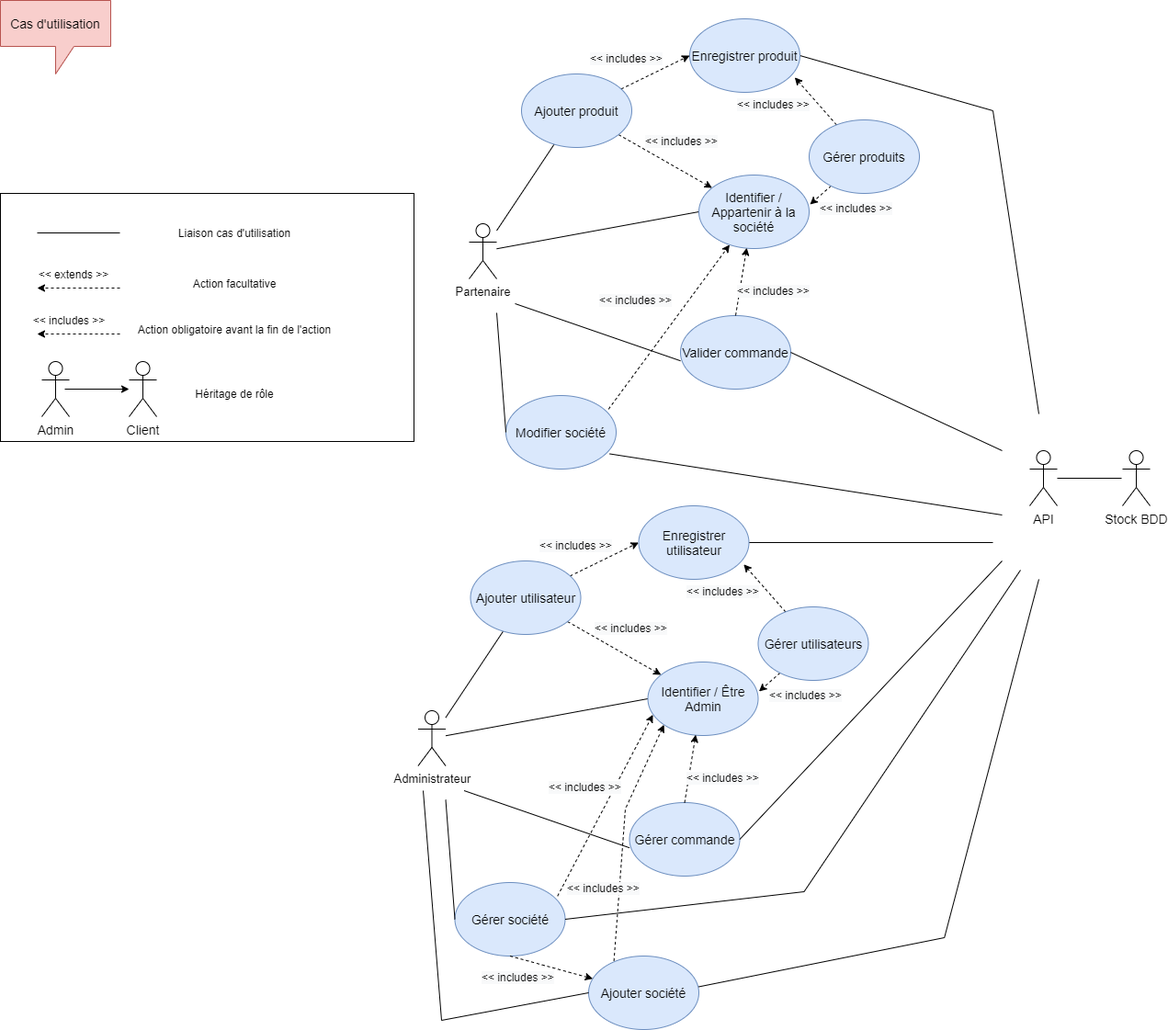
Earlier version of the draw.io export Diagrammes/Cas d'utilisation.png (KadenHD/DragNReceive_General). Source tidied: cells renumbered, new cells last; positions are measured from the earlier drawing's top-left corner, leaving out a move shared by most shapes.
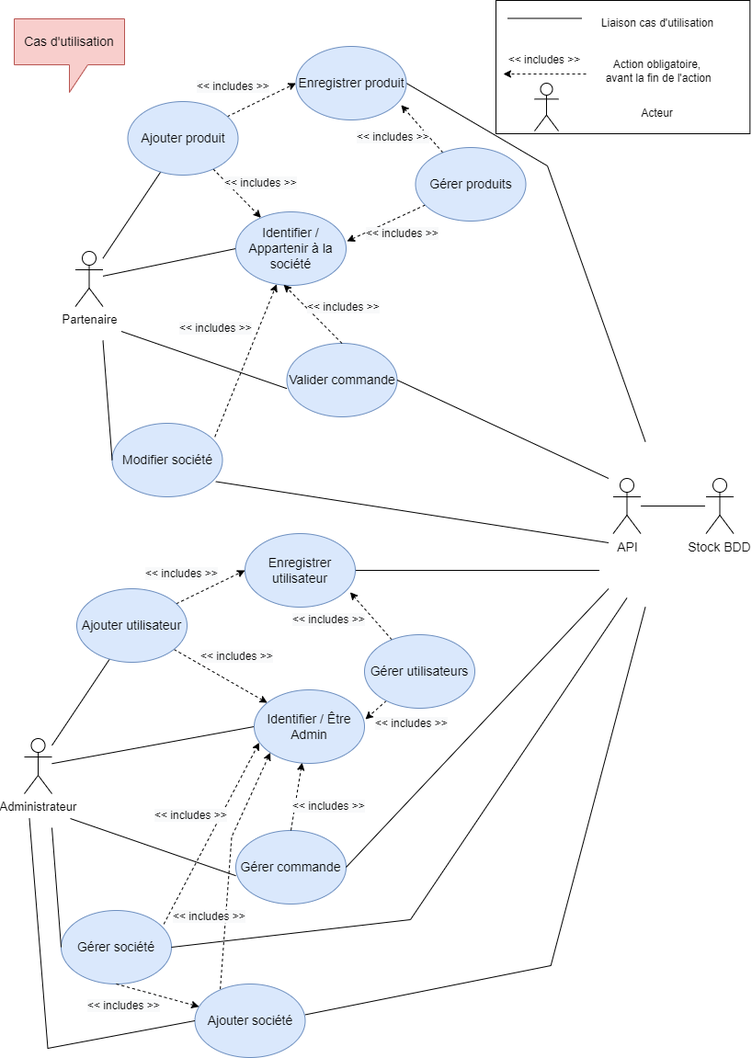
After the change.

Diff of the diagram source:
```diff
@@ -24,15 +24,15 @@
       <mxGeometry relative="1" as="geometry">
         <mxPoint x="1130" y="450" as="sourcePoint" />
         <Array as="points">
-          <mxPoint x="1080" y="120" />
+          <mxPoint x="1023.5" y="150" />
         </Array>
       </mxGeometry>
     </mxCell>
     <mxCell id="9" value="Stock BDD" style="shape=umlActor;verticalLabelPosition=bottom;verticalAlign=top;html=1;rounded=0;fontSize=14;strokeWidth=1;gradientColor=none;" parent="1" vertex="1">
-      <mxGeometry x="1221" y="490" width="30" height="60" as="geometry" />
+      <mxGeometry x="1196" y="490" width="30" height="60" as="geometry" />
     </mxCell>
     <mxCell id="10" value="Identifier / Appartenir à la société" style="ellipse;whiteSpace=wrap;html=1;rounded=0;fontSize=14;strokeWidth=1;verticalAlign=middle;fillColor=#dae8fc;strokeColor=#6c8ebf;" parent="1" vertex="1">
-      <mxGeometry x="760" y="190" width="120" height="80" as="geometry" />
+      <mxGeometry x="684.5" y="200" width="120" height="80" as="geometry" />
     </mxCell>
     <mxCell id="11" style="edgeStyle=none;rounded=0;jettySize=auto;html=1;entryX=1.008;entryY=0.4;entryDx=0;entryDy=0;entryPerimeter=0;dashed=1;fontSize=14;endArrow=classic;endFill=1;verticalAlign=middle;" parent="1" edge="1" source="13" target="10">
       <mxGeometry relative="1" as="geometry" />
@@ -47,60 +47,29 @@
       <mxGeometry x="750" y="20" width="120" height="80" as="geometry" />
     </mxCell>
     <mxCell id="15" value="API" style="shape=umlActor;verticalLabelPosition=bottom;verticalAlign=top;html=1;rounded=0;fontSize=14;strokeWidth=1;gradientColor=none;" parent="1" vertex="1">
-      <mxGeometry x="1120" y="490" width="30" height="60" as="geometry" />
+      <mxGeometry x="1095" y="490" width="30" height="60" as="geometry" />
     </mxCell>
     <mxCell id="16" style="rounded=0;whiteSpace=wrap;html=1;" parent="1" vertex="1">
-      <mxGeometry y="210" width="450" height="270" as="geometry" />
+      <mxGeometry x="967.5" y="-30" width="276.3" height="145" as="geometry" />
     </mxCell>
-    <mxCell id="17" style="edgeStyle=none;rounded=0;jettySize=auto;html=1;entryX=0;entryY=0.5;entryDx=0;entryDy=0;endArrow=none;endFill=0;" parent="1" edge="1" source="18">
-      <mxGeometry relative="1" as="geometry">
-        <mxPoint x="40" y="253" as="targetPoint" />
-      </mxGeometry>
-    </mxCell>
     <mxCell id="18" value="Liaison cas d'utilisation" style="text;html=1;strokeColor=none;fillColor=none;align=center;verticalAlign=middle;whiteSpace=wrap;rounded=0;" parent="1" vertex="1">
-      <mxGeometry x="130" y="238" width="250" height="30" as="geometry" />
+      <mxGeometry x="1044" y="-20" width="198" height="30" as="geometry" />
     </mxCell>
-    <mxCell id="19" style="edgeStyle=none;rounded=0;orthogonalLoop=1;jettySize=auto;html=1;dashed=1;entryX=0;entryY=0.5;entryDx=0;entryDy=0;" parent="1" edge="1">
-      <mxGeometry relative="1" as="geometry">
-        <mxPoint x="130" y="313" as="sourcePoint" />
-        <mxPoint x="40" y="313" as="targetPoint" />
-      </mxGeometry>
-    </mxCell>
-    <mxCell id="20" value="Action facultative" style="text;html=1;strokeColor=none;fillColor=none;align=center;verticalAlign=middle;whiteSpace=wrap;rounded=0;" parent="1" vertex="1">
-      <mxGeometry x="130" y="293" width="250" height="30" as="geometry" />
-    </mxCell>
-    <mxCell id="21" value="Action obligatoire avant la fin de l'action" style="text;html=1;strokeColor=none;fillColor=none;align=center;verticalAlign=middle;whiteSpace=wrap;rounded=0;" parent="1" vertex="1">
-      <mxGeometry x="130" y="343" width="250" height="30" as="geometry" />
+    <mxCell id="21" value="Action obligatoire,&lt;br&gt;&amp;nbsp;avant la fin de l'action" style="text;html=1;strokeColor=none;fillColor=none;align=center;verticalAlign=middle;whiteSpace=wrap;rounded=0;" parent="1" vertex="1">
+      <mxGeometry x="1052.5" y="32" width="181" height="30" as="geometry" />
     </mxCell>
     <mxCell id="22" style="edgeStyle=none;rounded=0;orthogonalLoop=1;jettySize=auto;html=1;dashed=1;entryX=0;entryY=0.5;entryDx=0;entryDy=0;" parent="1" edge="1">
       <mxGeometry relative="1" as="geometry">
-        <mxPoint x="130" y="363" as="sourcePoint" />
-        <mxPoint x="40" y="363" as="targetPoint" />
+        <mxPoint x="1065.5" y="50" as="sourcePoint" />
+        <mxPoint x="975.5" y="50" as="targetPoint" />
       </mxGeometry>
     </mxCell>
-    <mxCell id="23" value="&amp;lt;&amp;lt; extends &amp;gt;&amp;gt;" style="text;html=1;strokeColor=none;fillColor=none;align=center;verticalAlign=middle;whiteSpace=wrap;rounded=0;" parent="1" vertex="1">
-      <mxGeometry x="40" y="283" width="80" height="30" as="geometry" />
-    </mxCell>
     <mxCell id="24" value="&amp;lt;&amp;lt; includes &amp;gt;&amp;gt;" style="text;html=1;strokeColor=none;fillColor=none;align=center;verticalAlign=middle;whiteSpace=wrap;rounded=0;" parent="1" vertex="1">
-      <mxGeometry x="30" y="333" width="90" height="30" as="geometry" />
+      <mxGeometry x="975.5" y="20" width="90" height="30" as="geometry" />
     </mxCell>
     <mxCell id="25" value="Cas d'utilisation" style="shape=callout;whiteSpace=wrap;html=1;perimeter=calloutPerimeter;rounded=0;fontSize=14;strokeWidth=1;verticalAlign=middle;fillColor=#f8cecc;strokeColor=#b85450;" parent="1" vertex="1">
-      <mxGeometry width="120" height="80" as="geometry" />
+      <mxGeometry x="443.5" y="-10" width="120" height="80" as="geometry" />
     </mxCell>
-    <mxCell id="26" style="edgeStyle=none;rounded=0;jettySize=auto;html=1;fontSize=14;endArrow=classic;endFill=1;verticalAlign=middle;" parent="1" edge="1" target="28">
-      <mxGeometry relative="1" as="geometry">
-        <mxPoint x="70" y="423" as="sourcePoint" />
-      </mxGeometry>
-    </mxCell>
-    <mxCell id="27" value="Admin" style="shape=umlActor;verticalLabelPosition=bottom;verticalAlign=top;html=1;rounded=0;fontSize=14;strokeWidth=1;gradientColor=none;" parent="1" vertex="1">
-      <mxGeometry x="45" y="393" width="30" height="60" as="geometry" />
-    </mxCell>
-    <mxCell id="28" value="Client" style="shape=umlActor;verticalLabelPosition=bottom;verticalAlign=top;html=1;outlineConnect=0;rounded=0;fontSize=14;strokeWidth=1;gradientColor=none;" parent="1" vertex="1">
-      <mxGeometry x="140" y="393" width="30" height="60" as="geometry" />
-    </mxCell>
-    <mxCell id="29" value="Héritage de rôle" style="text;html=1;strokeColor=none;fillColor=none;align=center;verticalAlign=middle;whiteSpace=wrap;rounded=0;" parent="1" vertex="1">
-      <mxGeometry x="130" y="413" width="250" height="30" as="geometry" />
-    </mxCell>
     <mxCell id="30" value="Modifier société" style="ellipse;whiteSpace=wrap;html=1;rounded=0;fontSize=14;strokeWidth=1;verticalAlign=middle;fillColor=#dae8fc;strokeColor=#6c8ebf;" parent="1" vertex="1">
       <mxGeometry x="550" y="430" width="120" height="80" as="geometry" />
     </mxCell>
@@ -115,8 +84,8 @@
     </mxCell>
     <mxCell id="34" style="edgeStyle=none;rounded=0;orthogonalLoop=1;jettySize=auto;html=1;fontSize=14;endArrow=none;endFill=0;verticalAlign=middle;" parent="1" edge="1">
       <mxGeometry relative="1" as="geometry">
-        <mxPoint x="1150" y="520" as="sourcePoint" />
-        <mxPoint x="1220" y="520" as="targetPoint" />
+        <mxPoint x="1125" y="520" as="sourcePoint" />
+        <mxPoint x="1195" y="520" as="targetPoint" />
       </mxGeometry>
     </mxCell>
     <mxCell id="35" style="edgeStyle=none;rounded=0;jettySize=auto;html=1;entryX=0;entryY=0.5;entryDx=0;entryDy=0;fontSize=14;endArrow=none;endFill=0;verticalAlign=middle;" parent="1" edge="1" target="30">
@@ -130,19 +99,19 @@
       </mxGeometry>
     </mxCell>
     <mxCell id="37" value="&lt;span style=&quot;color: rgb(0, 0, 0); font-family: helvetica; font-size: 12px; font-style: normal; font-weight: 400; letter-spacing: normal; text-align: center; text-indent: 0px; text-transform: none; word-spacing: 0px; background-color: rgb(248, 249, 250); display: inline; float: none;&quot;&gt;&amp;lt;&amp;lt; includes &amp;gt;&amp;gt;&lt;/span&gt;" style="text;whiteSpace=wrap;html=1;" parent="1" vertex="1">
-      <mxGeometry x="800" y="303" width="100" height="30" as="geometry" />
+      <mxGeometry x="760" y="290" width="100" height="30" as="geometry" />
     </mxCell>
     <mxCell id="38" value="&lt;span style=&quot;color: rgb(0, 0, 0); font-family: helvetica; font-size: 12px; font-style: normal; font-weight: 400; letter-spacing: normal; text-align: center; text-indent: 0px; text-transform: none; word-spacing: 0px; background-color: rgb(248, 249, 250); display: inline; float: none;&quot;&gt;&amp;lt;&amp;lt; includes &amp;gt;&amp;gt;&lt;/span&gt;" style="text;whiteSpace=wrap;html=1;" parent="1" vertex="1">
-      <mxGeometry x="650" y="313" width="100" height="30" as="geometry" />
+      <mxGeometry x="621.5" y="313" width="100" height="30" as="geometry" />
     </mxCell>
     <mxCell id="39" value="&lt;span style=&quot;color: rgb(0, 0, 0); font-family: helvetica; font-size: 12px; font-style: normal; font-weight: 400; letter-spacing: normal; text-align: center; text-indent: 0px; text-transform: none; word-spacing: 0px; background-color: rgb(248, 249, 250); display: inline; float: none;&quot;&gt;&amp;lt;&amp;lt; includes &amp;gt;&amp;gt;&lt;/span&gt;" style="text;whiteSpace=wrap;html=1;" parent="1" vertex="1">
-      <mxGeometry x="890" y="213" width="100" height="30" as="geometry" />
+      <mxGeometry x="824.5" y="210" width="100" height="30" as="geometry" />
     </mxCell>
     <mxCell id="40" value="&lt;span style=&quot;color: rgb(0, 0, 0); font-family: helvetica; font-size: 12px; font-style: normal; font-weight: 400; letter-spacing: normal; text-align: center; text-indent: 0px; text-transform: none; word-spacing: 0px; background-color: rgb(248, 249, 250); display: inline; float: none;&quot;&gt;&amp;lt;&amp;lt; includes &amp;gt;&amp;gt;&lt;/span&gt;" style="text;whiteSpace=wrap;html=1;" parent="1" vertex="1">
-      <mxGeometry x="800" y="100" width="100" height="30" as="geometry" />
+      <mxGeometry x="814.5" y="105" width="100" height="30" as="geometry" />
     </mxCell>
     <mxCell id="41" value="&lt;span style=&quot;color: rgb(0, 0, 0); font-family: helvetica; font-size: 12px; font-style: normal; font-weight: 400; letter-spacing: normal; text-align: center; text-indent: 0px; text-transform: none; word-spacing: 0px; background-color: rgb(248, 249, 250); display: inline; float: none;&quot;&gt;&amp;lt;&amp;lt; includes &amp;gt;&amp;gt;&lt;/span&gt;" style="text;whiteSpace=wrap;html=1;" parent="1" vertex="1">
-      <mxGeometry x="700" y="140" width="100" height="30" as="geometry" />
+      <mxGeometry x="670" y="155" width="100" height="30" as="geometry" />
     </mxCell>
     <mxCell id="42" value="&lt;span style=&quot;color: rgb(0, 0, 0); font-family: helvetica; font-size: 12px; font-style: normal; font-weight: 400; letter-spacing: normal; text-align: center; text-indent: 0px; text-transform: none; word-spacing: 0px; background-color: rgb(248, 249, 250); display: inline; float: none;&quot;&gt;&amp;lt;&amp;lt; includes &amp;gt;&amp;gt;&lt;/span&gt;" style="text;whiteSpace=wrap;html=1;" parent="1" vertex="1">
       <mxGeometry x="640" y="50" width="100" height="30" as="geometry" />
@@ -284,5 +253,17 @@
     <mxCell id="77" value="&lt;span style=&quot;color: rgb(0, 0, 0); font-family: helvetica; font-size: 12px; font-style: normal; font-weight: 400; letter-spacing: normal; text-align: center; text-indent: 0px; text-transform: none; word-spacing: 0px; background-color: rgb(248, 249, 250); display: inline; float: none;&quot;&gt;&amp;lt;&amp;lt; includes &amp;gt;&amp;gt;&lt;/span&gt;" style="text;whiteSpace=wrap;html=1;" parent="1" vertex="1">
       <mxGeometry x="521.5" y="1050" width="100" height="30" as="geometry" />
     </mxCell>
+    <mxCell id="78" style="endArrow=none;html=1;strokeColor=#000000;rounded=0;strokeWidth=1;" parent="1" edge="1">
+      <mxGeometry relative="1" as="geometry">
+        <mxPoint x="980.5" y="-10.5" as="sourcePoint" />
+        <mxPoint x="1060.5" y="-10.5" as="targetPoint" />
+      </mxGeometry>
+    </mxCell>
+    <mxCell id="79" style="shape=umlActor;verticalLabelPosition=bottom;verticalAlign=top;html=1;rounded=0;fontSize=13;strokeWidth=1;gradientColor=none;" parent="1" vertex="1">
+      <mxGeometry x="1009.5" y="60" width="26" height="52" as="geometry" />
+    </mxCell>
+    <mxCell id="80" value="Acteur" style="text;html=1;strokeColor=none;fillColor=none;align=center;verticalAlign=middle;whiteSpace=wrap;rounded=0;" parent="1" vertex="1">
+      <mxGeometry x="1052.5" y="80" width="181" height="25" as="geometry" />
+    </mxCell>
   </root>
 </mxGraphModel>
```
